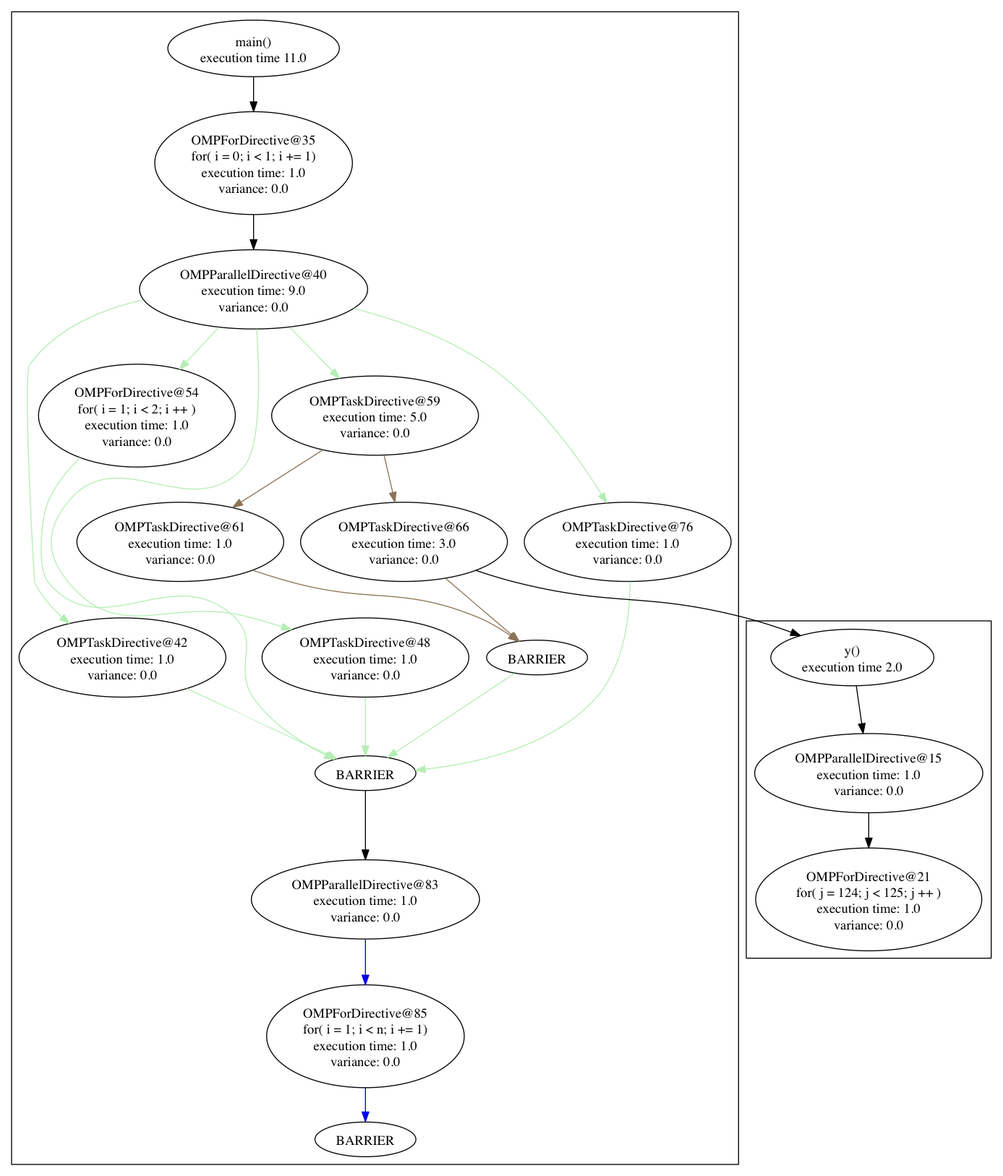
The Graphviz diagram graph_sched/graphs/function_graphs.png in filippobrizzi/soma, before a commit. Its source is kept beside it as graph_sched/graphs/function_graphs.dot.
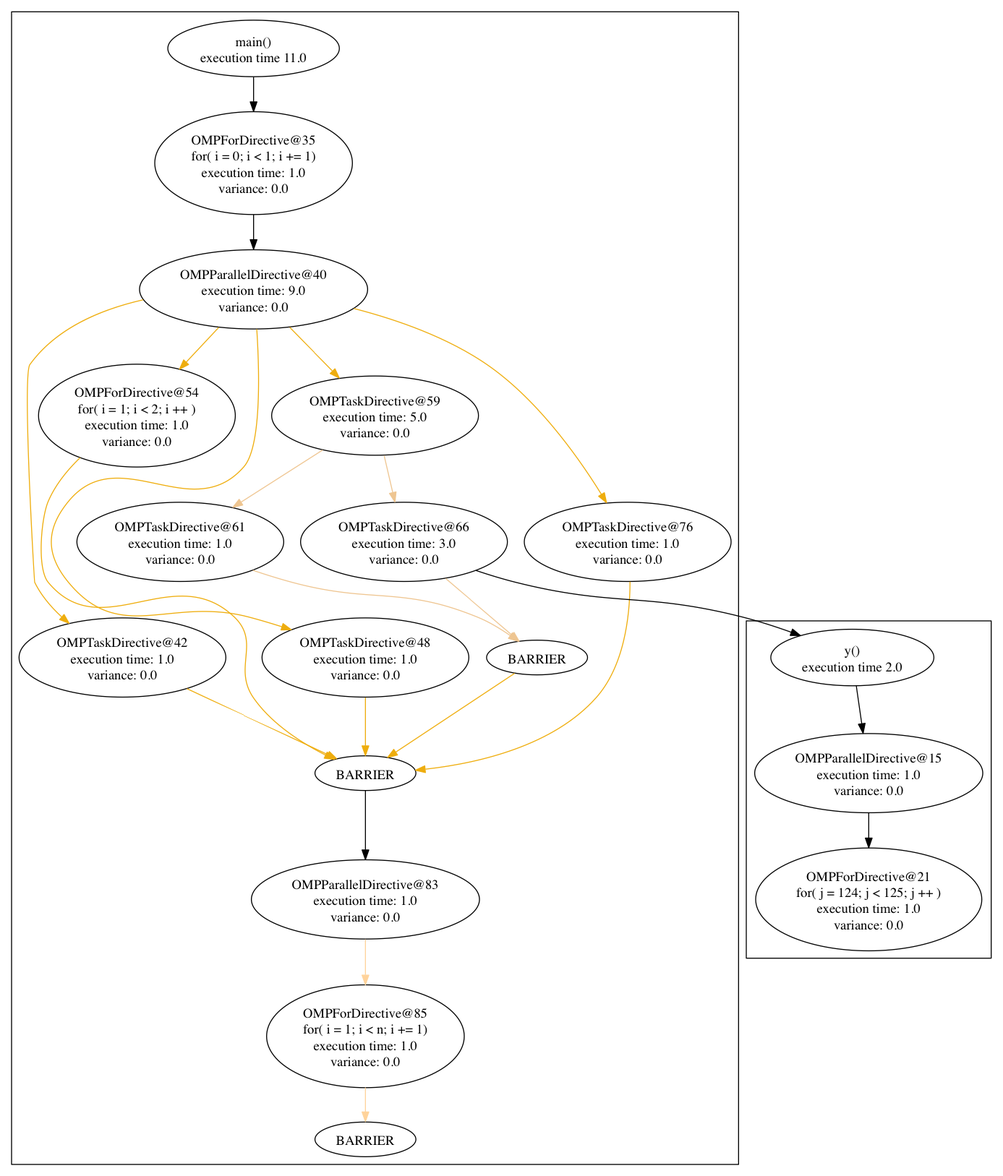
The same file after the commit.

The edit, as a diff of the source:
```diff
@@ -35,14 +35,14 @@
 			pos="183,654",
 			root=28,
 			width=2.9745];
-		59 -> 61		 [color=burlywood4,
+		59 -> 61		 [color=burlywood2,
 			pos="e,237.5,689.8 330.6,749.26 304.56,732.63 273.22,712.61 246.13,695.32"];
 		66		 [height=1.1471,
 			label="OMPTaskDirective@66\nexecution time: 3.0\nvariance: 0.0",
 			pos="415,654",
 			root=28,
 			width=2.9745];
-		59 -> 66		 [color=burlywood4,
+		59 -> 66		 [color=burlywood2,
 			pos="e,405.62,695.32 394.41,743.54 397.23,731.41 400.36,717.96 403.31,705.28"];
 		48		 [height=1.1471,
 			label="OMPTaskDirective@48\nexecution time: 1.0\nvariance: 0.0",
@@ -54,21 +54,21 @@
 			pos="375,414",
 			root=28,
 			width=1.4568];
-		48 -> "40_end"		 [color=darkseagreen2,
+		48 -> "40_end"		 [color=darkgoldenrod2,
 			pos="e,375,432.29 375,492.39 375,475.87 375,457.21 375,442.35"];
 		76		 [height=1.1471,
 			label="OMPTaskDirective@76\nexecution time: 1.0\nvariance: 0.0",
 			pos="647,654",
 			root=28,
 			width=2.9745];
-		76 -> "40_end"		 [color=darkseagreen2,
+		76 -> "40_end"		 [color=darkgoldenrod2,
 			pos="e,426.93,417.06 649.42,612.62 649.35,576.67 643.42,524.83 614,492 569.18,441.98 491.74,424.28 437.18,418.11"];
 		"59_end"		 [height=0.5,
 			label=BARRIER,
 			pos="553,534",
 			root=28,
 			width=1.4568];
-		"59_end" -> "40_end"		 [color=darkseagreen2,
+		"59_end" -> "40_end"		 [color=darkgoldenrod2,
 			pos="e,397.99,430.24 529.73,517.57 498.19,496.67 441.78,459.27 406.49,435.87"];
 		28		 [height=0.8171,
 			label="main()\nexecution time 11.0",
@@ -86,21 +86,21 @@
 			pos="123,534",
 			root=28,
 			width=2.9745];
-		42 -> "40_end"		 [color=darkseagreen2,
+		42 -> "40_end"		 [color=darkgoldenrod2,
 			pos="e,345.15,428.98 189.87,501.69 236.38,479.91 296.79,451.62 335.73,433.39"];
 		40		 [height=1.1471,
 			label="OMPParallelDirective@40\nexecution time: 9.0\nvariance: 0.0",
 			pos="259,916",
 			root=28,
 			width=3.2896];
-		40 -> 59		 [color=darkseagreen2,
+		40 -> 59		 [color=darkgoldenrod2,
 			pos="e,347.9,823.98 296.46,876.65 310.3,862.48 326.12,846.29 340.52,831.54"];
-		40 -> 48		 [color=darkseagreen2,
+		40 -> 48		 [color=darkgoldenrod2,
 			pos="e,298.02,562.83 262.32,874.67 265.31,827.29 266.84,752.54 249,732 194.94,669.74 119.34,759.71 67,696 43.301,667.15 43.227,640.79 \
 67,612 120.89,546.74 172.17,597.63 254,576 265.22,573.03 276.92,569.56 288.42,565.93"];
-		40 -> 76		 [color=darkseagreen2,
+		40 -> 76		 [color=darkgoldenrod2,
 			pos="e,625.03,694.66 363.05,896.12 408.23,884.47 460.05,866.18 501,838 552.11,802.83 594.17,744.54 619.81,703.2"];
-		40 -> 42		 [color=darkseagreen2,
+		40 -> 42		 [color=darkgoldenrod2,
 			pos="e,67.684,569.43 144.44,905.16 100.36,895.13 54.134,875.59 27,838 18.974,826.88 31.534,612.95 32,612 38.578,598.56 48.701,586.57 \
 59.841,576.28"];
 		54		 [height=1.4771,
@@ -108,15 +108,15 @@
 			pos="138,785",
 			root=28,
 			width=2.8384];
-		40 -> 54		 [color=darkseagreen2,
+		40 -> 54		 [color=darkgoldenrod2,
 			pos="e,182.19,833.11 223.02,876.65 212.41,865.33 200.58,852.72 189.2,840.59"];
-		61 -> "59_end"		 [color=burlywood4,
+		61 -> "59_end"		 [color=burlywood2,
 			pos="e,533.48,550.85 258.28,624.5 271.73,619.95 285.7,615.58 299,612 382.85,589.47 410.53,608.59 491,576 502.96,571.16 515.04,563.84 \
 525.31,556.72"];
 		35 -> 40		 [pos="e,259,957.55 259,993.53 259,985 259,976.18 259,967.69"];
-		66 -> "59_end"		 [color=burlywood4,
+		66 -> "59_end"		 [color=burlywood2,
 			pos="e,534.43,550.88 458.29,615.99 480.69,596.83 507.33,574.05 526.63,557.54"];
-		54 -> "40_end"		 [color=darkseagreen2,
+		54 -> "40_end"		 [color=darkgoldenrod2,
 			pos="e,342.74,428.25 79.095,741.33 65.708,728.42 53.295,713.07 46,696 38.665,678.83 34.072,626.36 46,612 101.76,544.88 175.8,636.16 239,\
 576 266.8,549.54 237.04,523.47 259,492 277.54,465.43 308.47,445.57 333.73,432.69"];
 		83		 [height=1.1471,
@@ -129,7 +129,7 @@
 			pos="375,141",
 			root=28,
 			width=2.8425];
-		83 -> 85		 [color=blue2,
+		83 -> 85		 [color=burlywood1,
 			pos="e,375,194.41 375,241.51 375,230.02 375,217.24 375,204.77"];
 		"83_end"		 [height=0.5,
 			label=BARRIER,
@@ -137,7 +137,7 @@
 			root=28,
 			width=1.4568];
 		"40_end" -> 83		 [pos="e,375,324.31 375,395.87 375,380.19 375,356.19 375,334.43"];
-		85 -> "83_end"		 [color=blue2,
+		85 -> "83_end"		 [color=burlywood1,
 			pos="e,375,52.46 375,87.808 375,79.132 375,70.445 375,62.694"];
 	}
 	66 -> 9	 [pos="e,826.16,556.78 489.56,624.34 503.21,619.75 517.43,615.41 531,612 633.48,586.28 663.59,602 766,576 782.7,571.76 800.39,566.04 816.72,\
```
